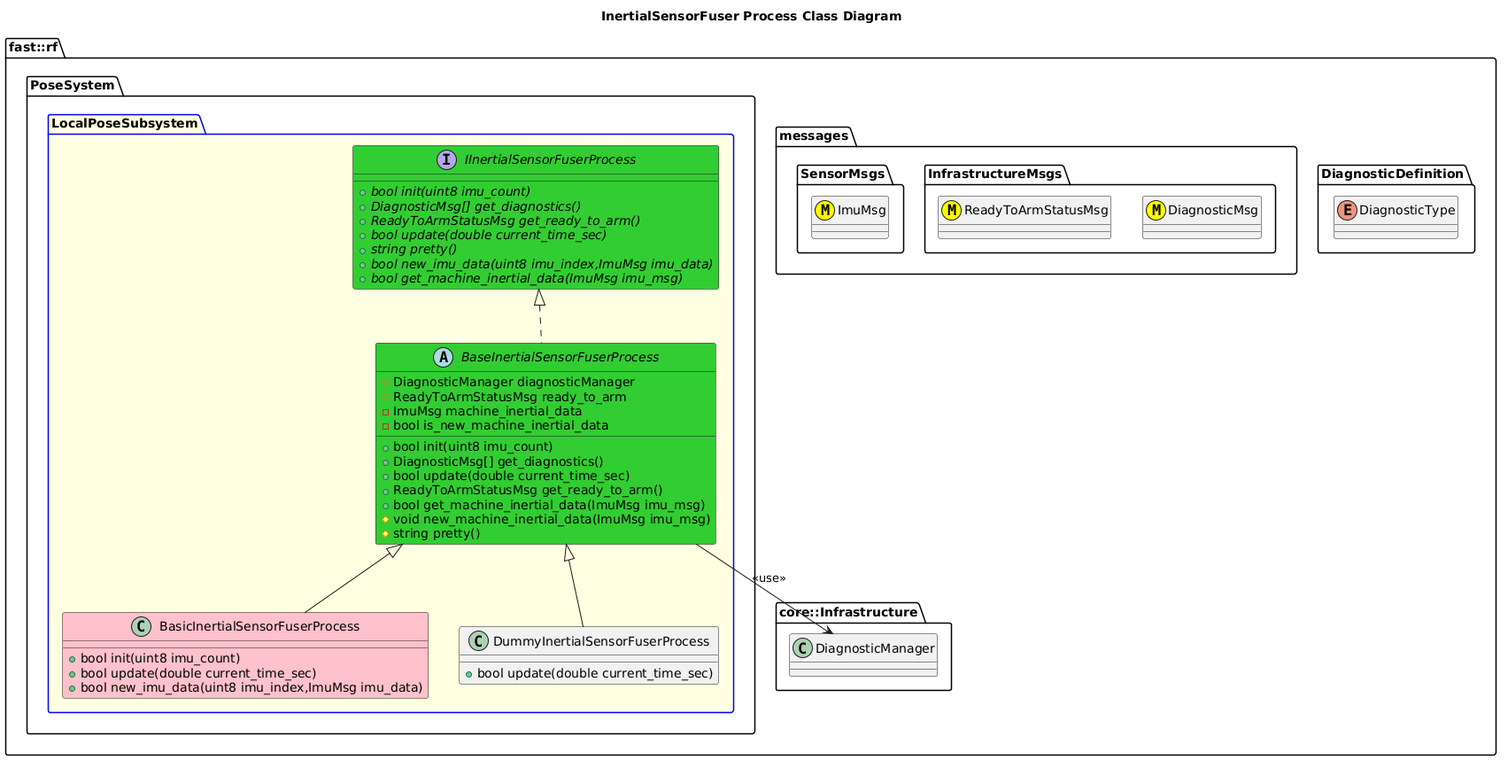
This is Systems/Pose/Subsystems/LocalPose/Processes/InertialSensorFuser/doc/puml/InertialSensorFuserProcessClassDiagram.png from fastrobotics/robot_framework, a PlantUML export, as it was before one commit.
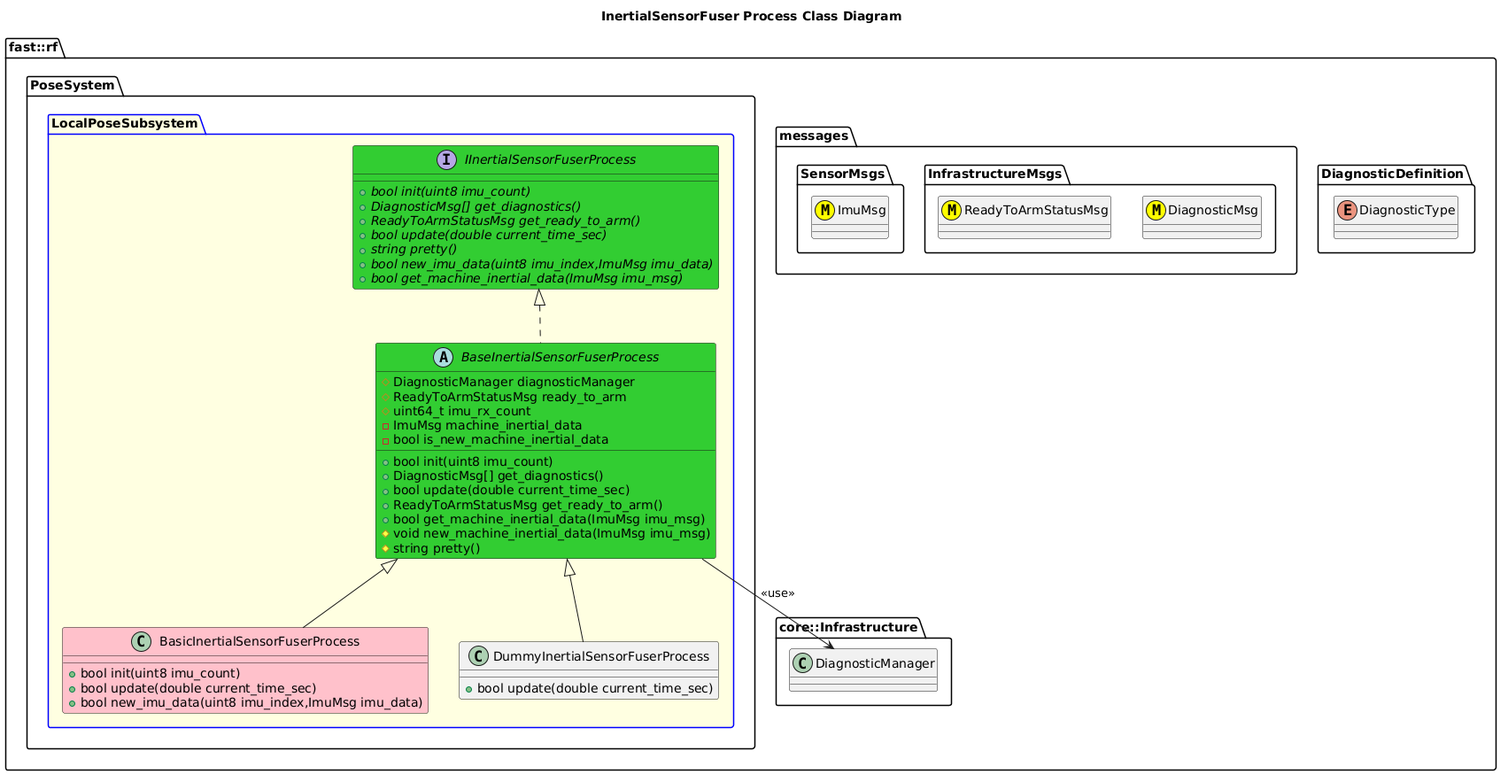
Later version of the same file.

Commit message:
Working on Local Pose Fuser.

Diff of the diagram source:
```diff
@@ -38,8 +38,10 @@
           #string pretty()
           #DiagnosticManager diagnosticManager
           #ReadyToArmStatusMsg ready_to_arm
+          #uint64_t imu_rx_count
           -ImuMsg machine_inertial_data
           -bool is_new_machine_inertial_data
+
 
         }
         BaseInertialSensorFuserProcess .up.|> IInertialSensorFuserProcess
```
